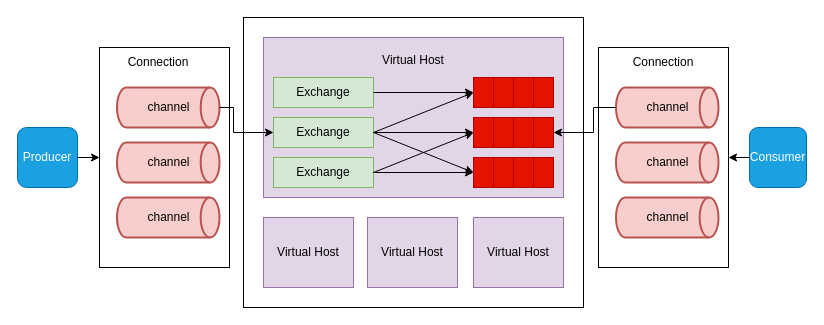
Above: drawio/RabbitMQ/RabbitMQ 架构图.drawio in hezhuma/image-repo (draw.io), before the change. Source tidied: cells renumbered, new cells numbered last; positions are measured from the earlier drawing's top-left corner, leaving out a move shared by most shapes. Both pictures are drawn from the tidied source at 100%, with x=0, y=0 at pixel (17, 17).
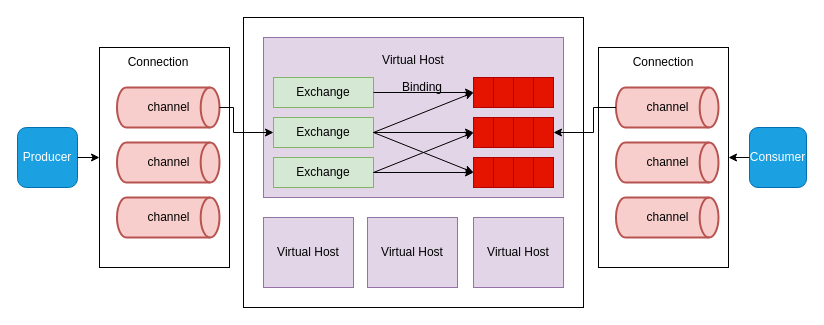
After the change.

The edit, as a diff of the source:
```diff
@@
+    <mxCell id="44" value="Binding" style="text;html=1;strokeColor=none;fillColor=none;align=center;verticalAlign=middle;whiteSpace=wrap;rounded=0;" parent="1" vertex="1">
+      <mxGeometry x="375" y="55" width="60" height="30" as="geometry" />
+    </mxCell>
```
